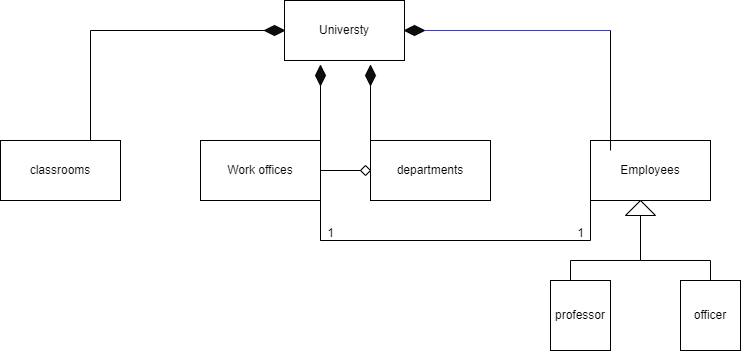
burksenturk/PatikaDev-assignments-and-projects keeps this draw.io diagram as Universite Yönetim Sistemi.png. Above is the earlier version. Source tidied: cells renumbered, new cells last; positions are measured from the earlier drawing's top-left corner, leaving out a move shared by most shapes.
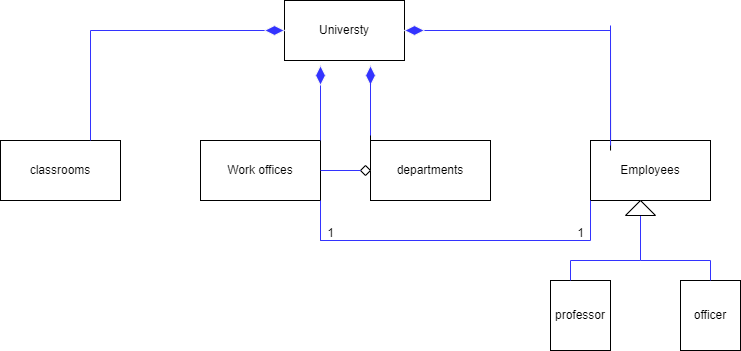
After the commit.

Diff of the diagram source:
```diff
@@ -17,19 +17,19 @@
     <mxCell id="6" value="Employees" style="rounded=0;whiteSpace=wrap;html=1;" parent="1" vertex="1">
       <mxGeometry x="590" y="140" width="120" height="60" as="geometry" />
     </mxCell>
-    <mxCell id="7" style="rhombus;whiteSpace=wrap;html=1;sketch=0;fillColor=#0D0D0D;" parent="1" vertex="1">
+    <mxCell id="7" style="rhombus;whiteSpace=wrap;html=1;sketch=0;fillColor=#3333FF;strokeColor=#F5F5F5;" parent="1" vertex="1">
       <mxGeometry x="264" y="25" width="20" height="10" as="geometry" />
     </mxCell>
-    <mxCell id="8" style="rhombus;whiteSpace=wrap;html=1;sketch=0;fillColor=#0D0D0D;rotation=90;" parent="1" vertex="1">
+    <mxCell id="8" style="rhombus;whiteSpace=wrap;html=1;sketch=0;fillColor=#3333FF;rotation=90;strokeColor=#F5F5F5;" parent="1" vertex="1">
       <mxGeometry x="310" y="70" width="20" height="10" as="geometry" />
     </mxCell>
-    <mxCell id="9" style="rhombus;whiteSpace=wrap;html=1;sketch=0;fillColor=#0D0D0D;rotation=90;" parent="1" vertex="1">
+    <mxCell id="9" style="rhombus;whiteSpace=wrap;html=1;sketch=0;fillColor=#3333FF;rotation=90;strokeColor=#F5F5F5;" parent="1" vertex="1">
       <mxGeometry x="360" y="70" width="20" height="10" as="geometry" />
     </mxCell>
-    <mxCell id="10" style="rhombus;whiteSpace=wrap;html=1;sketch=0;fillColor=#0D0D0D;" parent="1" vertex="1">
+    <mxCell id="10" style="rhombus;whiteSpace=wrap;html=1;sketch=0;fillColor=#3333FF;strokeColor=#F5F5F5;" parent="1" vertex="1">
       <mxGeometry x="404" y="25" width="20" height="10" as="geometry" />
     </mxCell>
-    <mxCell id="11" style="endArrow=none;html=1;rounded=0;entryX=1;entryY=0.5;entryDx=0;entryDy=0;" parent="1" edge="1" target="8">
+    <mxCell id="11" style="endArrow=none;html=1;rounded=0;entryX=1;entryY=0.5;entryDx=0;entryDy=0;strokeColor=#3333FF;" parent="1" edge="1" target="8">
       <mxGeometry relative="1" as="geometry">
         <mxPoint x="320" y="140" as="sourcePoint" />
       </mxGeometry>
@@ -47,12 +47,12 @@
         <mxPoint x="610" y="30" as="targetPoint" />
       </mxGeometry>
     </mxCell>
-    <mxCell id="15" style="endArrow=none;html=1;rounded=0;entryX=0;entryY=0.5;entryDx=0;entryDy=0;" parent="1" edge="1" target="7">
+    <mxCell id="15" style="endArrow=none;html=1;rounded=0;entryX=0;entryY=0.5;entryDx=0;entryDy=0;strokeColor=#3333FF;" parent="1" edge="1" target="7">
       <mxGeometry relative="1" as="geometry">
         <mxPoint x="90" y="30" as="sourcePoint" />
       </mxGeometry>
     </mxCell>
-    <mxCell id="16" style="endArrow=none;html=1;rounded=0;entryX=0.75;entryY=0;entryDx=0;entryDy=0;" parent="1" edge="1" target="3">
+    <mxCell id="16" style="endArrow=none;html=1;rounded=0;entryX=0.75;entryY=0;entryDx=0;entryDy=0;strokeColor=#3333FF;" parent="1" edge="1" target="3">
       <mxGeometry relative="1" as="geometry">
         <mxPoint x="90" y="30" as="sourcePoint" />
       </mxGeometry>
@@ -60,7 +60,7 @@
     <mxCell id="17" style="rhombus;whiteSpace=wrap;html=1;sketch=0;fillColor=#FFFFFF;" parent="1" vertex="1">
       <mxGeometry x="360" y="165" width="10" height="10" as="geometry" />
     </mxCell>
-    <mxCell id="18" style="endArrow=none;html=1;rounded=0;entryX=0;entryY=0.5;entryDx=0;entryDy=0;exitX=1;exitY=0.5;exitDx=0;exitDy=0;" parent="1" edge="1" source="4" target="17">
+    <mxCell id="18" style="endArrow=none;html=1;rounded=0;entryX=0;entryY=0.5;entryDx=0;entryDy=0;exitX=1;exitY=0.5;exitDx=0;exitDy=0;strokeColor=#3333FF;" parent="1" edge="1" source="4" target="17">
       <mxGeometry relative="1" as="geometry" />
     </mxCell>
     <mxCell id="19" value="professor" style="rounded=0;whiteSpace=wrap;html=1;sketch=0;fillColor=#FFFFFF;" parent="1" vertex="1">
@@ -69,31 +69,31 @@
     <mxCell id="20" value="officer" style="rounded=0;whiteSpace=wrap;html=1;sketch=0;fillColor=#FFFFFF;" parent="1" vertex="1">
       <mxGeometry x="680" y="280" width="60" height="70" as="geometry" />
     </mxCell>
-    <mxCell id="21" style="endArrow=none;html=1;rounded=0;" parent="1" edge="1">
+    <mxCell id="21" style="endArrow=none;html=1;rounded=0;strokeColor=#3333FF;" parent="1" edge="1">
       <mxGeometry relative="1" as="geometry">
         <mxPoint x="640" y="260" as="sourcePoint" />
         <mxPoint x="640" y="210" as="targetPoint" />
       </mxGeometry>
     </mxCell>
-    <mxCell id="22" style="endArrow=none;html=1;rounded=0;" parent="1" edge="1">
+    <mxCell id="22" style="endArrow=none;html=1;rounded=0;strokeColor=#3333FF;" parent="1" edge="1">
       <mxGeometry relative="1" as="geometry">
         <mxPoint x="570" y="260" as="sourcePoint" />
         <mxPoint x="640" y="260" as="targetPoint" />
       </mxGeometry>
     </mxCell>
-    <mxCell id="23" style="endArrow=none;html=1;rounded=0;" parent="1" edge="1">
+    <mxCell id="23" style="endArrow=none;html=1;rounded=0;strokeColor=#3333FF;" parent="1" edge="1">
       <mxGeometry relative="1" as="geometry">
         <mxPoint x="640" y="260" as="sourcePoint" />
         <mxPoint x="710" y="260" as="targetPoint" />
       </mxGeometry>
     </mxCell>
-    <mxCell id="24" style="endArrow=none;html=1;rounded=0;" parent="1" edge="1">
+    <mxCell id="24" style="endArrow=none;html=1;rounded=0;strokeColor=#3333FF;" parent="1" edge="1">
       <mxGeometry relative="1" as="geometry">
         <mxPoint x="570" y="280" as="sourcePoint" />
         <mxPoint x="570" y="260" as="targetPoint" />
       </mxGeometry>
     </mxCell>
-    <mxCell id="25" style="endArrow=none;html=1;rounded=0;exitX=0.5;exitY=0;exitDx=0;exitDy=0;" parent="1" edge="1" source="20">
+    <mxCell id="25" style="endArrow=none;html=1;rounded=0;exitX=0.5;exitY=0;exitDx=0;exitDy=0;strokeColor=#3333FF;" parent="1" edge="1" source="20">
       <mxGeometry relative="1" as="geometry">
         <mxPoint x="710" y="260" as="targetPoint" />
       </mxGeometry>
@@ -106,18 +106,18 @@
         <mxPoint x="320" y="240" as="sourcePoint" />
       </mxGeometry>
     </mxCell>
-    <mxCell id="28" style="endArrow=none;html=1;rounded=0;entryX=1;entryY=1;entryDx=0;entryDy=0;" parent="1" edge="1">
+    <mxCell id="28" style="endArrow=none;html=1;rounded=0;entryX=1;entryY=1;entryDx=0;entryDy=0;strokeColor=#3333FF;" parent="1" edge="1">
       <mxGeometry relative="1" as="geometry">
         <mxPoint x="320" y="240" as="sourcePoint" />
         <mxPoint x="320" y="200" as="targetPoint" />
       </mxGeometry>
     </mxCell>
-    <mxCell id="29" style="endArrow=none;html=1;rounded=0;entryX=0;entryY=1;entryDx=0;entryDy=0;" parent="1" edge="1" target="6">
+    <mxCell id="29" style="endArrow=none;html=1;rounded=0;entryX=0;entryY=1;entryDx=0;entryDy=0;strokeColor=#3333FF;" parent="1" edge="1" target="6">
       <mxGeometry relative="1" as="geometry">
         <mxPoint x="590" y="240" as="sourcePoint" />
       </mxGeometry>
     </mxCell>
-    <mxCell id="30" style="endArrow=none;html=1;rounded=0;" parent="1" edge="1">
+    <mxCell id="30" style="endArrow=none;html=1;rounded=0;strokeColor=#3333FF;" parent="1" edge="1">
       <mxGeometry relative="1" as="geometry">
         <mxPoint x="590" y="240" as="sourcePoint" />
         <mxPoint x="320" y="240" as="targetPoint" />
@@ -129,5 +129,17 @@
     <mxCell id="32" value="1" style="text;html=1;align=center;verticalAlign=middle;strokeColor=none;fillColor=none;" parent="1" vertex="1">
       <mxGeometry x="570" y="222.5" width="20" height="20" as="geometry" />
     </mxCell>
+    <mxCell id="33" style="endArrow=none;html=1;rounded=0;exitX=0.167;exitY=0.167;exitDx=0;exitDy=0;exitPerimeter=0;strokeColor=#3333FF;" parent="1" edge="1">
+      <mxGeometry relative="1" as="geometry">
+        <mxPoint x="610" y="145" as="sourcePoint" />
+        <mxPoint x="610" y="25" as="targetPoint" />
+      </mxGeometry>
+    </mxCell>
+    <mxCell id="34" style="endArrow=none;html=1;rounded=0;entryX=1;entryY=0.5;entryDx=0;entryDy=0;exitX=0;exitY=0;exitDx=0;exitDy=0;strokeColor=#3333FF;" parent="1" edge="1">
+      <mxGeometry relative="1" as="geometry">
+        <mxPoint x="370" y="135" as="sourcePoint" />
+        <mxPoint x="370" y="80" as="targetPoint" />
+      </mxGeometry>
+    </mxCell>
   </root>
 </mxGraphModel>
```
